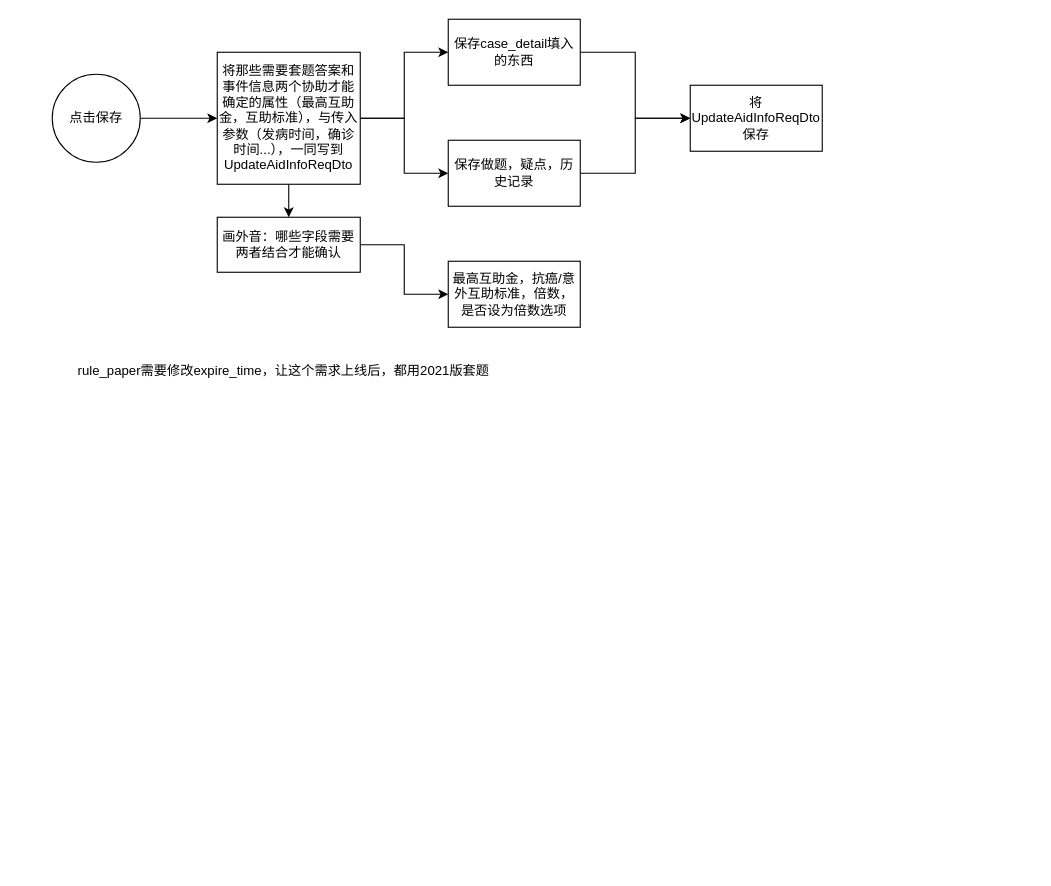
Before: picture/风控2021版页面.drawio in canonhuu/rm, a draw.io diagram. Source tidied: cells renumbered, new cells numbered last; positions are measured from the earlier drawing's top-left corner, leaving out a move shared by most shapes. Both pictures are drawn from the tidied source at 110%, with x=0, y=0 at pixel (52, 19).
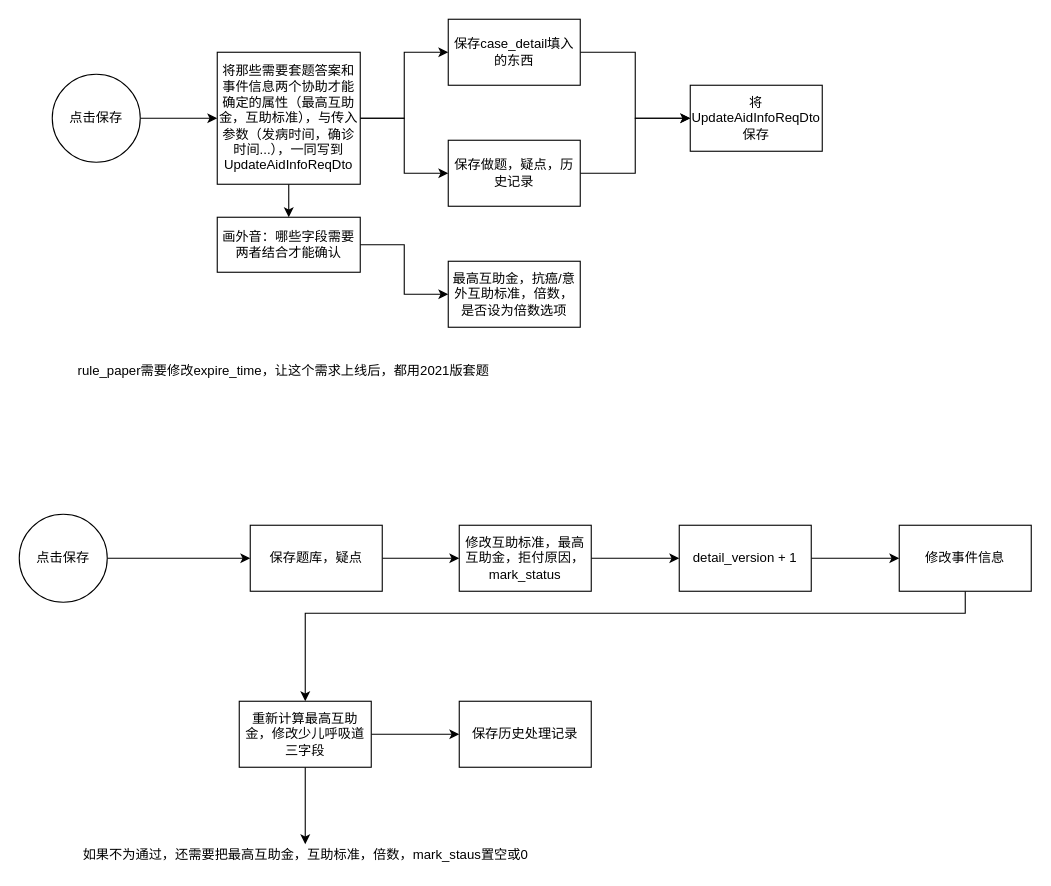
After the change.

Commit message:
更新风控2021版页面.drawio

The edit, as a diff of the source:
```diff
@@
+    <mxCell id="17" style="edgeStyle=orthogonalEdgeStyle;rounded=0;jettySize=auto;html=1;" parent="1" edge="1" source="18" target="20">
+      <mxGeometry relative="1" as="geometry" />
+    </mxCell>
+    <mxCell id="18" value="点击保存" style="ellipse;whiteSpace=wrap;html=1;" parent="1" vertex="1">
+      <mxGeometry x="-30" y="450" width="80" height="80" as="geometry" />
+    </mxCell>
+    <mxCell id="19" style="edgeStyle=orthogonalEdgeStyle;rounded=0;jettySize=auto;html=1;" parent="1" edge="1" source="20" target="22">
+      <mxGeometry relative="1" as="geometry" />
+    </mxCell>
+    <mxCell id="20" value="保存题库，疑点" style="rounded=0;whiteSpace=wrap;html=1;" parent="1" vertex="1">
+      <mxGeometry x="180" y="460" width="120" height="60" as="geometry" />
+    </mxCell>
+    <mxCell id="21" style="edgeStyle=orthogonalEdgeStyle;rounded=0;jettySize=auto;html=1;" parent="1" edge="1" source="22" target="24">
+      <mxGeometry relative="1" as="geometry" />
+    </mxCell>
+    <mxCell id="22" value="修改互助标准，最高互助金，拒付原因，mark_status" style="whiteSpace=wrap;html=1;" parent="1" vertex="1">
+      <mxGeometry x="370" y="460" width="120" height="60" as="geometry" />
+    </mxCell>
+    <mxCell id="23" style="edgeStyle=orthogonalEdgeStyle;rounded=0;jettySize=auto;html=1;" parent="1" edge="1" source="24" target="26">
+      <mxGeometry relative="1" as="geometry" />
+    </mxCell>
+    <mxCell id="24" value="detail_version + 1" style="whiteSpace=wrap;html=1;" parent="1" vertex="1">
+      <mxGeometry x="570" y="460" width="120" height="60" as="geometry" />
+    </mxCell>
+    <mxCell id="25" style="edgeStyle=orthogonalEdgeStyle;rounded=0;jettySize=auto;html=1;" parent="1" edge="1" source="26" target="29">
+      <mxGeometry relative="1" as="geometry">
+        <Array as="points">
+          <mxPoint x="830" y="540" />
+          <mxPoint x="230" y="540" />
+        </Array>
+      </mxGeometry>
+    </mxCell>
+    <mxCell id="26" value="修改事件信息" style="whiteSpace=wrap;html=1;" parent="1" vertex="1">
+      <mxGeometry x="770" y="460" width="120" height="60" as="geometry" />
+    </mxCell>
+    <mxCell id="27" style="edgeStyle=orthogonalEdgeStyle;rounded=0;jettySize=auto;html=1;" parent="1" edge="1" source="29" target="30">
+      <mxGeometry relative="1" as="geometry" />
+    </mxCell>
+    <mxCell id="28" style="edgeStyle=orthogonalEdgeStyle;rounded=0;jettySize=auto;html=1;" parent="1" edge="1" source="29" target="31">
+      <mxGeometry relative="1" as="geometry" />
+    </mxCell>
+    <mxCell id="29" value="重新计算最高互助金，修改少儿呼吸道三字段" style="whiteSpace=wrap;html=1;" parent="1" vertex="1">
+      <mxGeometry x="170" y="620" width="120" height="60" as="geometry" />
+    </mxCell>
+    <mxCell id="30" value="如果不为通过，还需要把最高互助金，互助标准，倍数，mark_staus置空或0" style="text;html=1;align=center;verticalAlign=middle;points=[];" parent="1" vertex="1">
+      <mxGeometry x="20" y="750" width="420" height="20" as="geometry" />
+    </mxCell>
+    <mxCell id="31" value="保存历史处理记录" style="whiteSpace=wrap;html=1;" parent="1" vertex="1">
+      <mxGeometry x="370" y="620" width="120" height="60" as="geometry" />
+    </mxCell>
```
